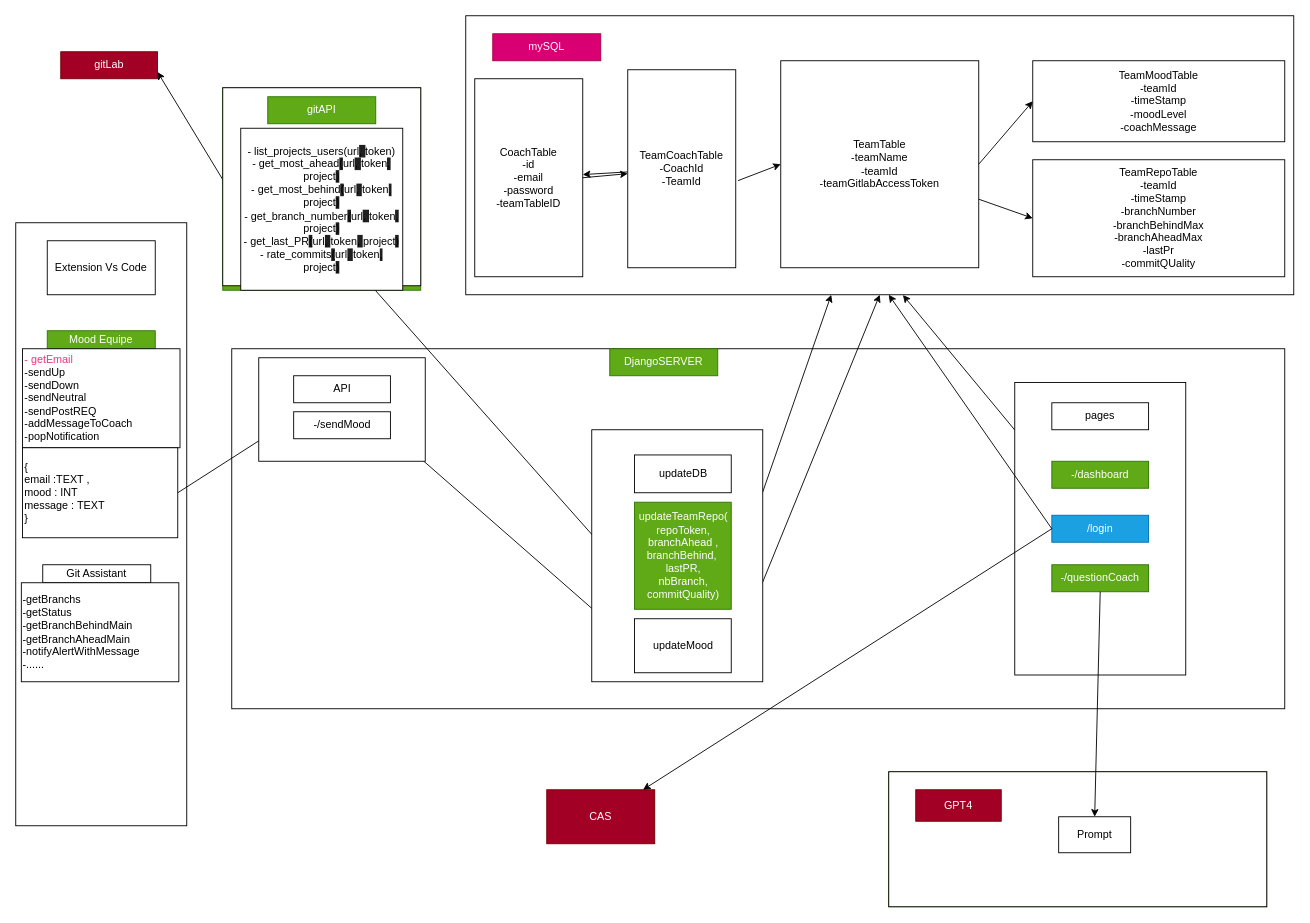
This is architecture.drawio from mohamedali3107/codingcoach, a draw.io file, before an edit. Source tidied: cells renumbered, new cells numbered last; positions are measured from the earlier drawing's top-left corner, leaving out a move shared by most shapes. Both pictures are drawn from the tidied source at 90%, with x=0, y=0 at pixel (15, 15).
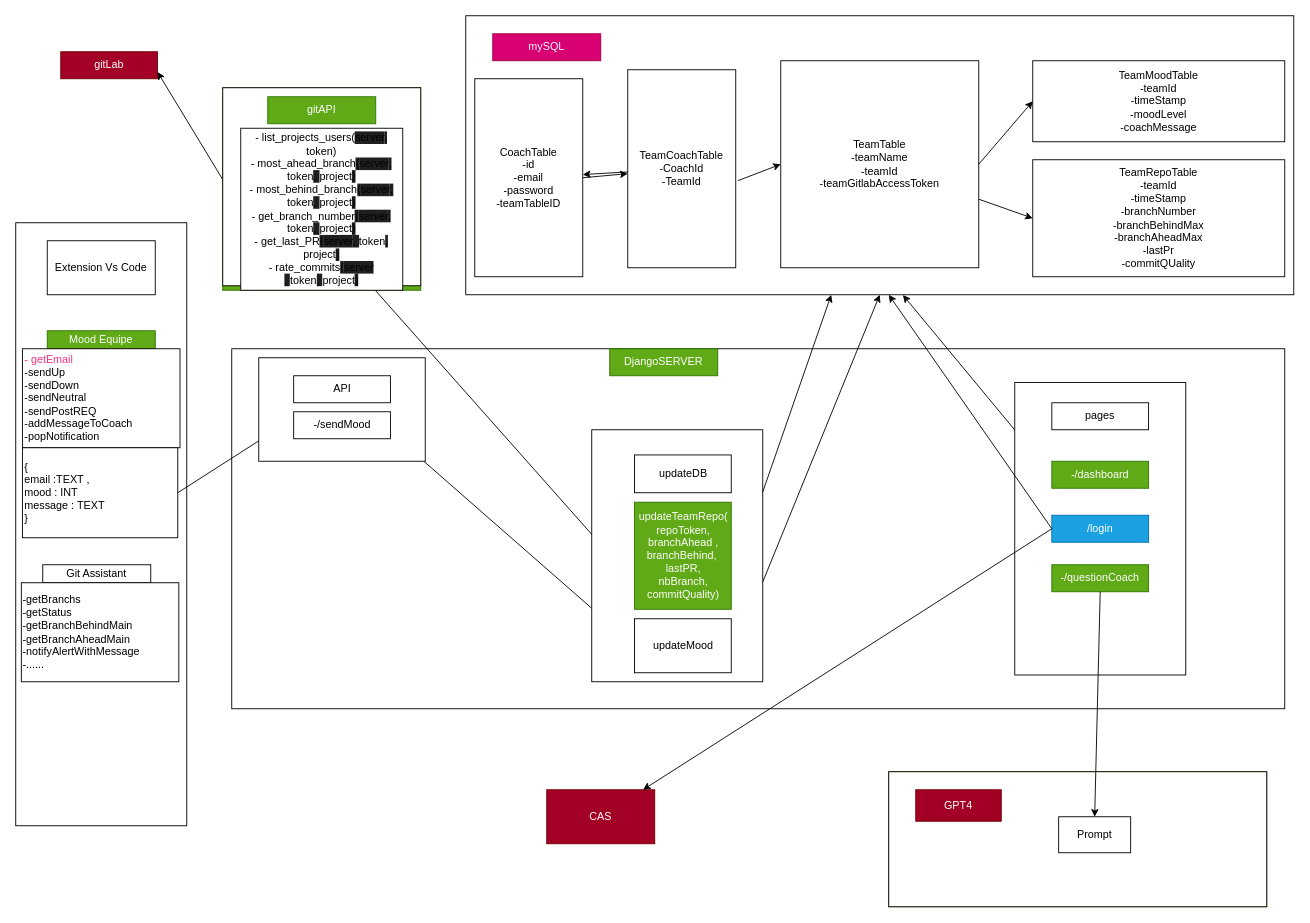
After the change.

The change refers to these unchanged cells:
```xml
<mxCell id="52" style="group;fillColor=#60a917;fontColor=#ffffff;strokeColor=#2D7600;" parent="1" vertex="1">
  <mxGeometry x="230" y="80" width="220" height="225" as="geometry" />
</mxCell>
```

What changed in the source:
```diff
@@
-    <mxCell id="55" value="&lt;font style=&quot;font-size: 12px;&quot;&gt;- list_projects_users(url&lt;span style=&quot;background-color: rgb(31, 31, 31);&quot;&gt;, &lt;/span&gt;token&lt;span style=&quot;background-color: initial;&quot;&gt;)&lt;/span&gt;&lt;br&gt;- get_most_ahead&lt;span style=&quot;background-color: rgb(31, 31, 31);&quot;&gt;(&lt;/span&gt;url&lt;span style=&quot;background-color: rgb(31, 31, 31);&quot;&gt;, &lt;/span&gt;token&lt;span style=&quot;background-color: rgb(31, 31, 31);&quot;&gt;, &lt;/span&gt;project&lt;span style=&quot;background-color: rgb(31, 31, 31);&quot;&gt;)&lt;/span&gt;&lt;br&gt;- get_most_behind&lt;span style=&quot;background-color: rgb(31, 31, 31);&quot;&gt;(&lt;/span&gt;url&lt;span style=&quot;background-color: rgb(31, 31, 31);&quot;&gt;, &lt;/span&gt;token&lt;span style=&quot;background-color: rgb(31, 31, 31);&quot;&gt;, &lt;/span&gt;project&lt;span style=&quot;background-color: rgb(31, 31, 31);&quot;&gt;)&lt;/span&gt;&lt;br&gt;- get_branch_number&lt;span style=&quot;background-color: rgb(31, 31, 31);&quot;&gt;(&lt;/span&gt;url&lt;span style=&quot;background-color: rgb(31, 31, 31);&quot;&gt;, &lt;/span&gt;token&lt;span style=&quot;background-color: rgb(31, 31, 31);&quot;&gt;, &lt;/span&gt;project&lt;span style=&quot;background-color: rgb(31, 31, 31);&quot;&gt;)&lt;/span&gt;&lt;br&gt;- get_last_PR&lt;span style=&quot;background-color: rgb(31, 31, 31);&quot;&gt;(&lt;/span&gt;url&lt;span style=&quot;background-color: rgb(31, 31, 31);&quot;&gt;, &lt;/span&gt;token&lt;span style=&quot;background-color: rgb(31, 31, 31);&quot;&gt;, &lt;/span&gt;project&lt;span style=&quot;background-color: rgb(31, 31, 31);&quot;&gt;)&lt;/span&gt;&lt;br&gt;- rate_commits&lt;span style=&quot;background-color: rgb(31, 31, 31);&quot;&gt;(&lt;/span&gt;url&lt;span style=&quot;background-color: rgb(31, 31, 31);&quot;&gt;, &lt;/span&gt;token&lt;span style=&quot;background-color: rgb(31, 31, 31);&quot;&gt;, &lt;/span&gt;project&lt;span style=&quot;background-color: rgb(31, 31, 31);&quot;&gt;)&lt;/span&gt;&lt;/font&gt;" style="whiteSpace=wrap;html=1;" parent="52" vertex="1">
+    <mxCell id="55" value="&lt;font style=&quot;font-size: 12px;&quot;&gt;- list_projects_users(&lt;span style=&quot;background-color: rgb(31, 31, 31);&quot;&gt;server&lt;/span&gt;&lt;span style=&quot;background-color: rgb(31, 31, 31);&quot;&gt;, &lt;/span&gt;&lt;span style=&quot;background-color: initial;&quot;&gt;token&lt;/span&gt;&lt;span style=&quot;background-color: initial;&quot;&gt;)&lt;/span&gt;&lt;br&gt;- most_ahead_branch&lt;span style=&quot;background-color: rgb(31, 31, 31);&quot;&gt;(&lt;/span&gt;&lt;span style=&quot;background-color: rgb(31, 31, 31);&quot;&gt;server&lt;/span&gt;&lt;span style=&quot;background-color: rgb(31, 31, 31);&quot;&gt;, &lt;/span&gt;&lt;span style=&quot;background-color: initial;&quot;&gt;token&lt;/span&gt;&lt;span style=&quot;background-color: rgb(31, 31, 31);&quot;&gt;, &lt;/span&gt;&lt;span style=&quot;background-color: initial;&quot;&gt;project&lt;/span&gt;&lt;span style=&quot;background-color: rgb(31, 31, 31);&quot;&gt;)&lt;/span&gt;&lt;span style=&quot;background-color: rgb(31, 31, 31);&quot;&gt;&lt;br&gt;&lt;/span&gt;- most_behind_branch&lt;span style=&quot;background-color: rgb(31, 31, 31);&quot;&gt;(&lt;/span&gt;&lt;span style=&quot;background-color: rgb(31, 31, 31);&quot;&gt;server&lt;/span&gt;&lt;span style=&quot;background-color: rgb(31, 31, 31);&quot;&gt;, &lt;/span&gt;&lt;span style=&quot;background-color: initial;&quot;&gt;token&lt;/span&gt;&lt;span style=&quot;background-color: rgb(31, 31, 31);&quot;&gt;, &lt;/span&gt;&lt;span style=&quot;background-color: initial;&quot;&gt;project&lt;/span&gt;&lt;span style=&quot;background-color: rgb(31, 31, 31);&quot;&gt;)&lt;/span&gt;&lt;span style=&quot;background-color: rgb(31, 31, 31);&quot;&gt;&lt;br&gt;&lt;/span&gt;- get_branch_number&lt;span style=&quot;background-color: rgb(31, 31, 31);&quot;&gt;(&lt;/span&gt;&lt;span style=&quot;background-color: rgb(31, 31, 31);&quot;&gt;server&lt;/span&gt;&lt;span style=&quot;background-color: rgb(31, 31, 31);&quot;&gt;, &lt;/span&gt;&lt;span style=&quot;background-color: initial;&quot;&gt;token&lt;/span&gt;&lt;span style=&quot;background-color: rgb(31, 31, 31);&quot;&gt;, &lt;/span&gt;&lt;span style=&quot;background-color: initial;&quot;&gt;project&lt;/span&gt;&lt;span style=&quot;background-color: rgb(31, 31, 31);&quot;&gt;)&lt;/span&gt;&lt;span style=&quot;background-color: rgb(31, 31, 31);&quot;&gt;&lt;br&gt;&lt;/span&gt;- get_last_PR&lt;span style=&quot;background-color: rgb(31, 31, 31);&quot;&gt;(&lt;/span&gt;&lt;span style=&quot;background-color: rgb(31, 31, 31);&quot;&gt;server&lt;/span&gt;&lt;span style=&quot;background-color: rgb(31, 31, 31);&quot;&gt;, &lt;/span&gt;&lt;span style=&quot;background-color: initial;&quot;&gt;token&lt;/span&gt;&lt;span style=&quot;background-color: rgb(31, 31, 31);&quot;&gt;, &lt;/span&gt;&lt;span style=&quot;background-color: initial;&quot;&gt;project&lt;/span&gt;&lt;span style=&quot;background-color: rgb(31, 31, 31);&quot;&gt;)&lt;/span&gt;&lt;span style=&quot;background-color: rgb(31, 31, 31);&quot;&gt;&lt;br&gt;&lt;/span&gt;- rate_commits&lt;span style=&quot;background-color: rgb(31, 31, 31);&quot;&gt;(&lt;/span&gt;&lt;span style=&quot;background-color: rgb(31, 31, 31);&quot;&gt;server&lt;/span&gt;&lt;span style=&quot;background-color: rgb(31, 31, 31);&quot;&gt;&lt;br&gt;&lt;/span&gt;&lt;/font&gt;&lt;span style=&quot;background-color: rgb(31, 31, 31);&quot;&gt;, &lt;/span&gt;&lt;span style=&quot;background-color: initial;&quot;&gt;token&lt;/span&gt;&lt;span style=&quot;background-color: rgb(31, 31, 31);&quot;&gt;, &lt;/span&gt;&lt;span style=&quot;background-color: initial;&quot;&gt;project&lt;/span&gt;&lt;span style=&quot;background-color: rgb(31, 31, 31);&quot;&gt;)&lt;/span&gt;" style="whiteSpace=wrap;html=1;" parent="52" vertex="1">
       <mxGeometry x="20" y="45" width="180" height="180" as="geometry" />
     </mxCell>
```
